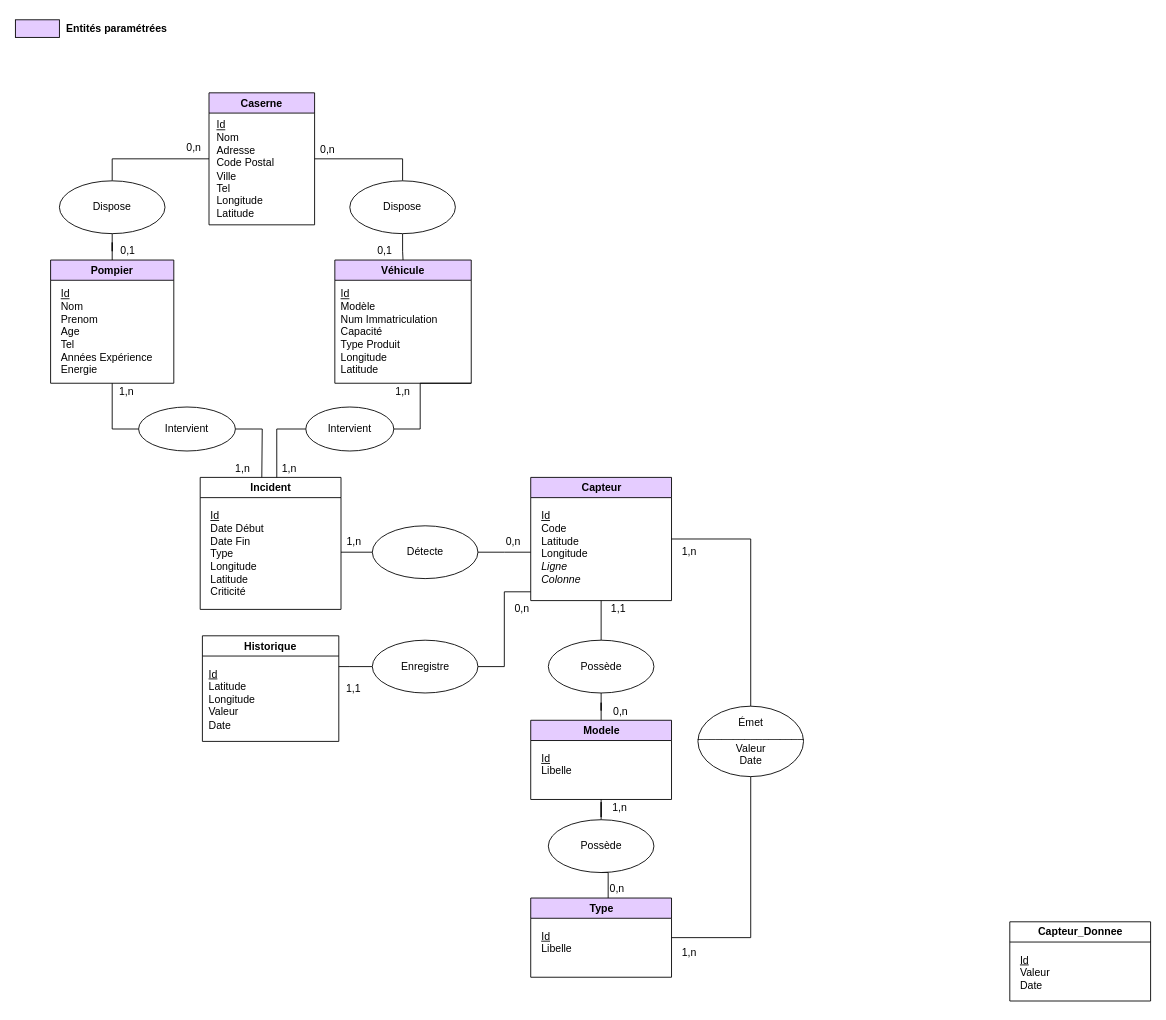
GOROVSKY/projet-scientifique keeps this draw.io diagram as Conception/MCD Emergency.drawio. Above is the earlier version. Source tidied: cells renumbered, new cells numbered last; positions are measured from the earlier drawing's top-left corner, leaving out a move shared by most shapes. Both pictures are drawn from the tidied source at 88%, with x=0, y=0 at pixel (15, 15).
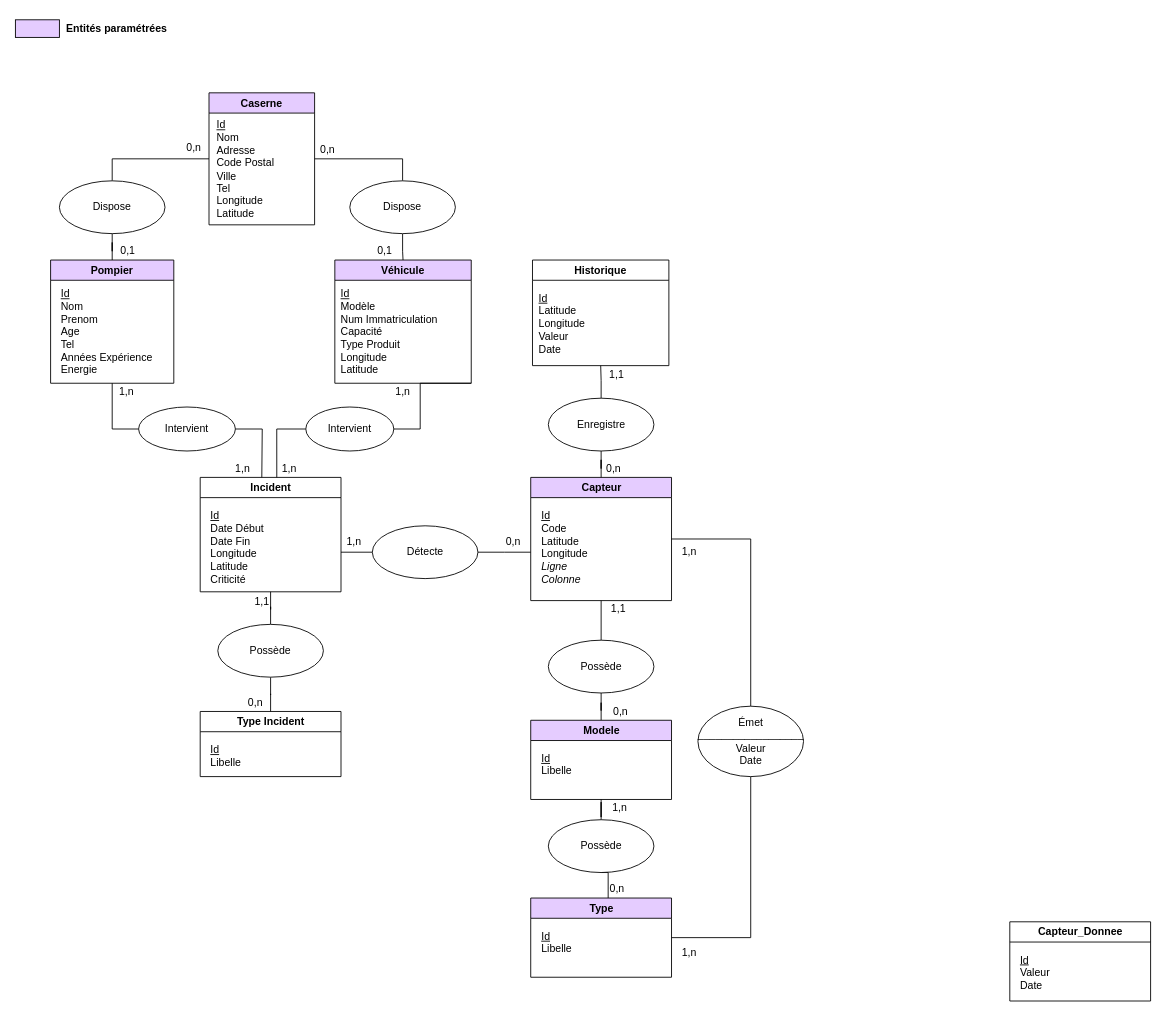
The same diagram, later.

Unchanged cells that the change refers to:
```xml
<mxCell id="25" value="Capteur" style="swimlane;fontFamily=Helvetica;fontSize=12;fontColor=default;fillColor=#E5CCFF;gradientColor=none;html=1;" parent="1" vertex="1">
  <mxGeometry x="585.6" y="525" width="160" height="140" as="geometry" />
</mxCell>
```

Diff of the diagram source:
```diff
@@
     <mxCell id="19" value="Incident" style="swimlane;fontFamily=Helvetica;fontSize=12;fontColor=default;fillColor=none;gradientColor=none;html=1;" parent="1" vertex="1">
-      <mxGeometry x="210" y="525" width="160" height="150" as="geometry" />
+      <mxGeometry x="210" y="525" width="160" height="130" as="geometry" />
     </mxCell>
-    <mxCell id="20" value="&lt;div align=&quot;left&quot;&gt;&lt;u&gt;Id&lt;/u&gt;&lt;/div&gt;&lt;div&gt;Date Début&lt;/div&gt;&lt;div&gt;Date Fin&lt;/div&gt;&lt;div&gt;Type&lt;/div&gt;&lt;div&gt;Longitude&lt;/div&gt;&lt;div&gt;Latitude&lt;br&gt;&lt;/div&gt;&lt;div&gt;Criticité&lt;br&gt;&lt;/div&gt;" style="text;html=1;align=left;verticalAlign=top;strokeColor=none;fillColor=none;" parent="19" vertex="1">
-      <mxGeometry x="10" y="30" width="80" height="100" as="geometry" />
+    <mxCell id="20" value="&lt;div align=&quot;left&quot;&gt;&lt;u&gt;Id&lt;/u&gt;&lt;/div&gt;&lt;div&gt;Date Début&lt;/div&gt;&lt;div&gt;Date Fin&lt;/div&gt;&lt;div&gt;Longitude&lt;/div&gt;&lt;div&gt;Latitude&lt;br&gt;&lt;/div&gt;&lt;div&gt;Criticité&lt;br&gt;&lt;/div&gt;" style="text;html=1;align=left;verticalAlign=top;strokeColor=none;fillColor=none;" parent="19" vertex="1">
+      <mxGeometry x="10" y="30" width="80" height="90" as="geometry" />
     </mxCell>
@@
     <mxCell id="40" value="Historique" style="swimlane;startSize=23;" parent="1" vertex="1">
-      <mxGeometry x="212.5" y="705" width="155" height="120" as="geometry" />
+      <mxGeometry x="587.6" y="278" width="155" height="120" as="geometry" />
     </mxCell>
@@
-    <mxCell id="42" style="edgeStyle=orthogonalEdgeStyle;rounded=0;jettySize=auto;html=1;fontFamily=Helvetica;fontSize=12;fontColor=default;endArrow=none;endFill=0;" parent="1" edge="1" source="44" target="40">
-      <mxGeometry relative="1" as="geometry">
-        <Array as="points">
-          <mxPoint x="380" y="740" />
-          <mxPoint x="380" y="740" />
-        </Array>
-      </mxGeometry>
+    <mxCell id="42" style="edgeStyle=orthogonalEdgeStyle;rounded=0;jettySize=auto;html=1;fontFamily=Helvetica;fontSize=12;fontColor=default;endArrow=none;endFill=0;exitX=0.5;exitY=0;exitDx=0;exitDy=0;" parent="1" edge="1" source="44" target="40">
+      <mxGeometry relative="1" as="geometry" />
     </mxCell>
-    <mxCell id="43" style="edgeStyle=orthogonalEdgeStyle;rounded=0;jettySize=auto;html=1;fontFamily=Helvetica;fontSize=12;fontColor=default;endArrow=none;endFill=0;" parent="1" edge="1" source="44">
-      <mxGeometry relative="1" as="geometry">
-        <mxPoint x="585.6" y="655" as="targetPoint" />
-        <Array as="points">
-          <mxPoint x="555.6" y="740" />
-          <mxPoint x="555.6" y="655" />
-          <mxPoint x="585.6" y="655" />
-        </Array>
-      </mxGeometry>
+    <mxCell id="43" style="edgeStyle=orthogonalEdgeStyle;rounded=0;jettySize=auto;html=1;fontFamily=Helvetica;fontSize=12;fontColor=default;endArrow=none;endFill=0;" parent="1" edge="1" source="44" target="25">
+      <mxGeometry relative="1" as="geometry" />
     </mxCell>
     <mxCell id="44" value="Enregistre" style="ellipse;whiteSpace=wrap;html=1;" parent="1" vertex="1">
-      <mxGeometry x="405.6" y="710" width="120" height="60" as="geometry" />
+      <mxGeometry x="605.6" y="435" width="120" height="60" as="geometry" />
     </mxCell>
     <mxCell id="45" value="0,n" style="text;html=1;strokeColor=none;fillColor=none;align=center;verticalAlign=middle;whiteSpace=wrap;rounded=0;fontFamily=Helvetica;fontSize=12;fontColor=default;" parent="1" vertex="1">
-      <mxGeometry x="555.6" y="665" width="40" height="20" as="geometry" />
+      <mxGeometry x="660" y="505" width="40" height="20" as="geometry" />
     </mxCell>
     <mxCell id="46" value="1,1" style="text;html=1;strokeColor=none;fillColor=none;align=center;verticalAlign=middle;whiteSpace=wrap;rounded=0;fontFamily=Helvetica;fontSize=12;fontColor=default;" parent="1" vertex="1">
-      <mxGeometry x="364.4" y="755" width="41.2" height="20" as="geometry" />
+      <mxGeometry x="663.1" y="398" width="41.2" height="20" as="geometry" />
     </mxCell>
@@
+    <mxCell id="67" value="Type Incident" style="swimlane;fontFamily=Helvetica;fontSize=12;fontColor=default;fillColor=none;gradientColor=none;html=1;" parent="1" vertex="1">
+      <mxGeometry x="210" y="791" width="160" height="74" as="geometry" />
+    </mxCell>
+    <mxCell id="68" value="&lt;div align=&quot;left&quot;&gt;&lt;u&gt;Id&lt;/u&gt;&lt;/div&gt;Libelle" style="text;html=1;align=left;verticalAlign=top;strokeColor=none;fillColor=none;" parent="67" vertex="1">
+      <mxGeometry x="10" y="30" width="50" height="30" as="geometry" />
+    </mxCell>
+    <mxCell id="69" style="edgeStyle=orthogonalEdgeStyle;rounded=0;jettySize=auto;html=1;entryX=0.5;entryY=1;entryDx=0;entryDy=0;endArrow=none;endFill=0;" parent="1" edge="1" source="71" target="19">
+      <mxGeometry relative="1" as="geometry" />
+    </mxCell>
+    <mxCell id="70" style="edgeStyle=orthogonalEdgeStyle;rounded=0;jettySize=auto;html=1;entryX=0.5;entryY=0;entryDx=0;entryDy=0;endArrow=none;endFill=0;" parent="1" edge="1" source="71" target="67">
+      <mxGeometry relative="1" as="geometry" />
+    </mxCell>
+    <mxCell id="71" value="Possède" style="ellipse;whiteSpace=wrap;html=1;" parent="1" vertex="1">
+      <mxGeometry x="230" y="692" width="120" height="60" as="geometry" />
+    </mxCell>
+    <mxCell id="72" value="1,1" style="text;html=1;strokeColor=none;fillColor=none;align=center;verticalAlign=middle;whiteSpace=wrap;rounded=0;fontFamily=Helvetica;fontSize=12;fontColor=default;" parent="1" vertex="1">
+      <mxGeometry x="258.8" y="657" width="42.5" height="20" as="geometry" />
+    </mxCell>
+    <mxCell id="73" value="0,n" style="text;html=1;strokeColor=none;fillColor=none;align=center;verticalAlign=middle;whiteSpace=wrap;rounded=0;fontFamily=Helvetica;fontSize=12;fontColor=default;" parent="1" vertex="1">
+      <mxGeometry x="253" y="771" width="40" height="20" as="geometry" />
+    </mxCell>
```
